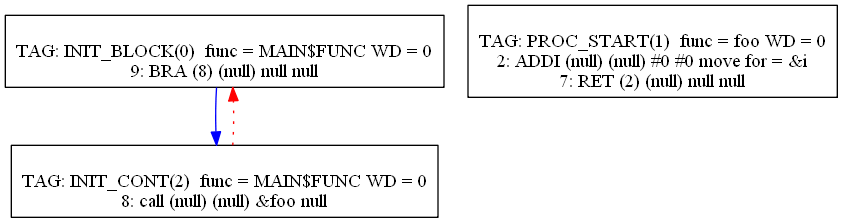
This is Compiler/6graph.png from mbajaj92/Project-Astoria, a Graphviz export, as it was before one commit. Its source is kept beside it as Compiler/6graph.dot.
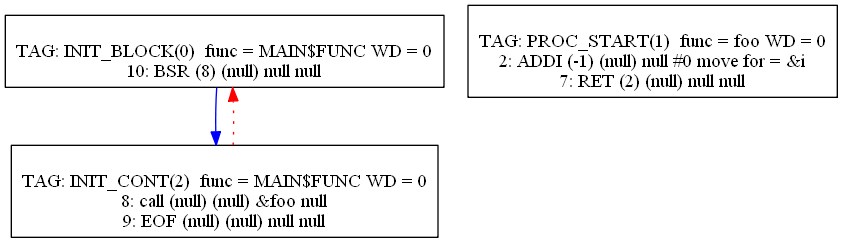
Later version of the same file.

What changed in the source:
```diff
@@ -1,19 +1,20 @@
 digraph {
 0[label="
 TAG: INIT_BLOCK(0)  func = MAIN$FUNC WD = 0
-9: BRA (8) (null) null null
+10: BSR (8) (null) null null
 "];
 0[shape=box];
 0 -> 2[color=blue]
 1[label="
 TAG: PROC_START(1)  func = foo WD = 0
-2: ADDI (null) (null) #0 #0 move for = &i
+2: ADDI (-1) (null) null #0 move for = &i
 7: RET (2) (null) null null
 "];
 1[shape=box];
 2[label="
 TAG: INIT_CONT(2)  func = MAIN$FUNC WD = 0
 8: call (null) (null) &foo null
+9: EOF (null) (null) null null
 "];
 2[shape=box];
 2 -> 0[color=red][style=dotted]
```
